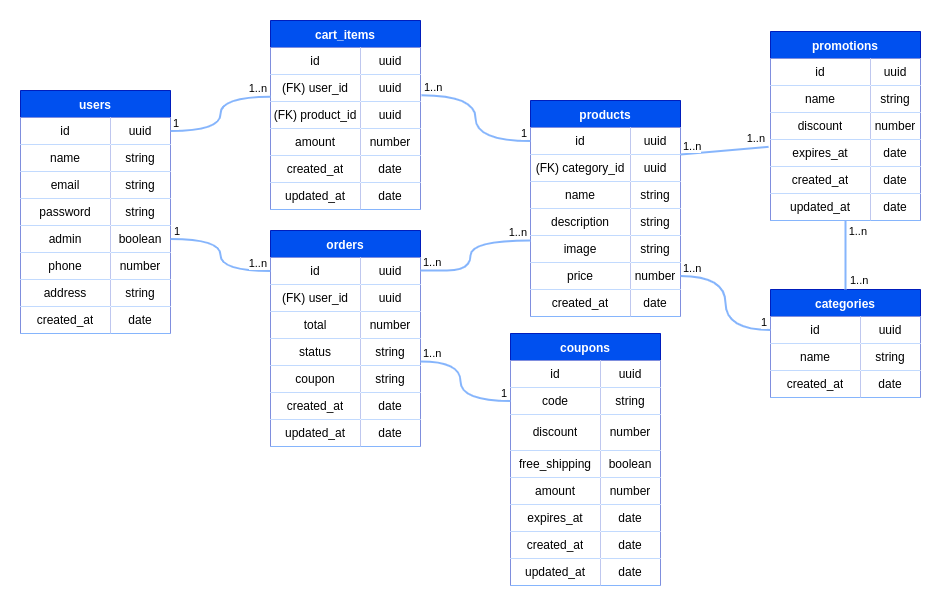
This is diagram.png from lucasdavidoj/pizzeriaAPI, a draw.io export, as it was before one commit. Source tidied: cells renumbered, new cells last; positions are measured from the earlier drawing's top-left corner, leaving out a move shared by most shapes.
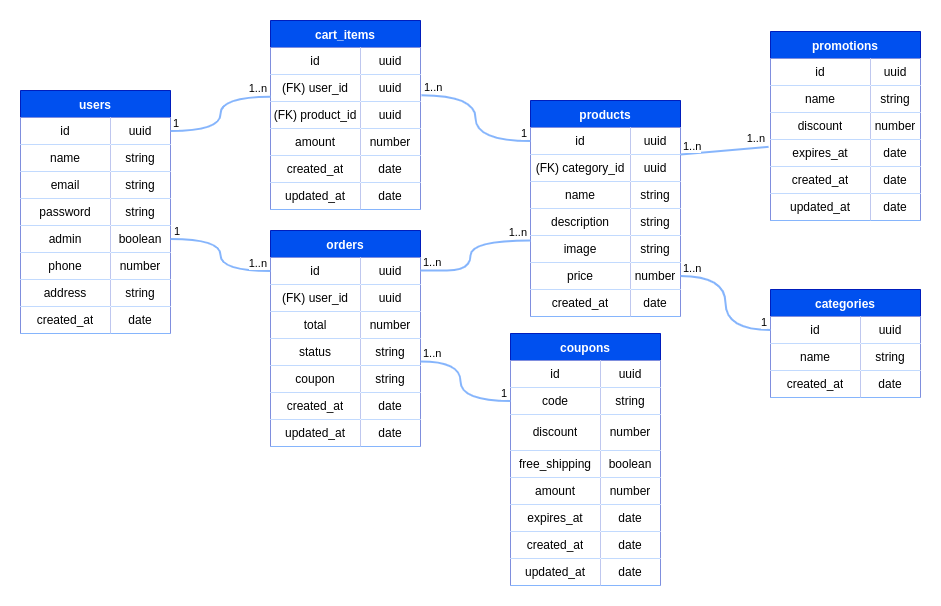
Later version of the same file.

Diff of the diagram source:
```diff
@@ -515,19 +515,6 @@
         <mxPoint x="-3" as="offset" />
       </mxGeometry>
     </mxCell>
-    <mxCell id="162" style="endArrow=none;html=1;rounded=0;shadow=0;sketch=0;strokeColor=#86B5FC;endFill=0;exitX=0.5;exitY=0;exitDx=0;exitDy=0;strokeWidth=2;" parent="1" edge="1" source="96" target="150">
-      <mxGeometry relative="1" as="geometry" />
-    </mxCell>
-    <mxCell id="163" value="1..n" style="edgeLabel;html=1;align=left;verticalAlign=bottom;" parent="162" vertex="1">
-      <mxGeometry x="-1" relative="1" as="geometry">
-        <mxPoint x="3" y="-1" as="offset" />
-      </mxGeometry>
-    </mxCell>
-    <mxCell id="164" value="1..n" style="edgeLabel;html=1;align=right;verticalAlign=bottom;" parent="162" vertex="1">
-      <mxGeometry x="1" relative="1" as="geometry">
-        <mxPoint x="22" y="19" as="offset" />
-      </mxGeometry>
-    </mxCell>
     <mxCell id="165" style="endArrow=none;html=1;rounded=0;shadow=0;sketch=0;strokeColor=#86B5FC;endFill=0;entryX=0;entryY=0.5;entryDx=0;entryDy=0;exitX=1;exitY=0.25;exitDx=0;exitDy=0;strokeWidth=2;edgeStyle=orthogonalEdgeStyle;curved=1;" parent="1" edge="1" target="75">
       <mxGeometry relative="1" as="geometry">
         <mxPoint x="400" y="340.9" as="sourcePoint" />
```
